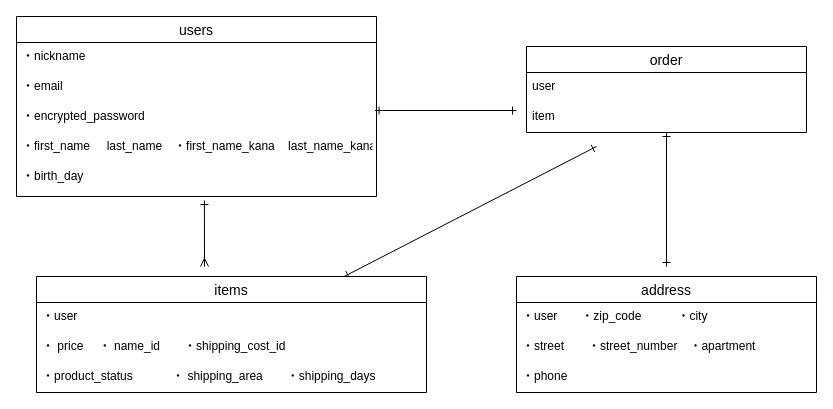
Above: test.dio in megumi04/furima-37659 (draw.io), before the change. Source tidied: cells renumbered, new cells numbered last; positions are measured from the earlier drawing's top-left corner, leaving out a move shared by most shapes. Both pictures are drawn from the tidied source at 100%, with x=0, y=0 at pixel (16, 16).
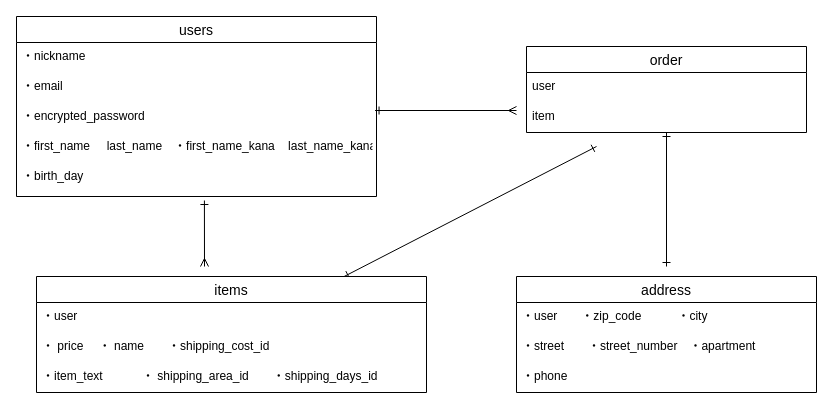
After the change.

The change refers to these unchanged cells:
```xml
<mxCell id="7" value="items" style="swimlane;fontStyle=0;horizontal=1;startSize=26;align=center;fontSize=14;" parent="1" vertex="1">
  <mxGeometry x="20" y="260" width="390" height="116" as="geometry" />
</mxCell>
<mxCell id="15" value="・encrypted_password" style="text;strokeColor=none;fillColor=none;spacingLeft=4;spacingRight=4;overflow=hidden;points=[[0,0.5],[1,0.5]];portConstraint=eastwest;fontSize=12;" parent="12" vertex="1">
  <mxGeometry y="86" width="360" height="30" as="geometry" />
</mxCell>
```

Diff of the diagram source:
```diff
@@
-    <mxCell id="9" value="・ price　 ・ name_id　　・shipping_cost_id" style="text;strokeColor=none;fillColor=none;spacingLeft=4;spacingRight=4;overflow=hidden;fontSize=12;" parent="7" vertex="1">
+    <mxCell id="9" value="・ price　 ・ name　　・shipping_cost_id" style="text;strokeColor=none;fillColor=none;spacingLeft=4;spacingRight=4;overflow=hidden;fontSize=12;" parent="7" vertex="1">
       <mxGeometry y="56" width="390" height="30" as="geometry" />
     </mxCell>
-    <mxCell id="10" value="・product_status 　　　・ shipping_area　　・shipping_days  &#10;  " style="text;strokeColor=none;fillColor=none;spacingLeft=4;spacingRight=4;overflow=hidden;fontSize=12;" parent="7" vertex="1">
+    <mxCell id="10" value="・item_text 　　　・ shipping_area_id　　・shipping_days_id&#10;  " style="text;strokeColor=none;fillColor=none;spacingLeft=4;spacingRight=4;overflow=hidden;fontSize=12;" parent="7" vertex="1">
       <mxGeometry y="86" width="390" height="30" as="geometry" />
     </mxCell>
@@
-    <mxCell id="18" style="edgeStyle=none;html=1;startArrow=ERone;startFill=0;endArrow=ERone;endFill=0;exitX=0.996;exitY=0.267;exitDx=0;exitDy=0;exitPerimeter=0;" parent="1" edge="1" source="15">
+    <mxCell id="18" style="edgeStyle=none;html=1;startArrow=ERone;startFill=0;endArrow=ERmany;endFill=0;exitX=0.996;exitY=0.267;exitDx=0;exitDy=0;exitPerimeter=0;" parent="1" edge="1" source="15">
       <mxGeometry relative="1" as="geometry">
         <mxPoint x="500" y="94" as="targetPoint" />
       </mxGeometry>
     </mxCell>
```
